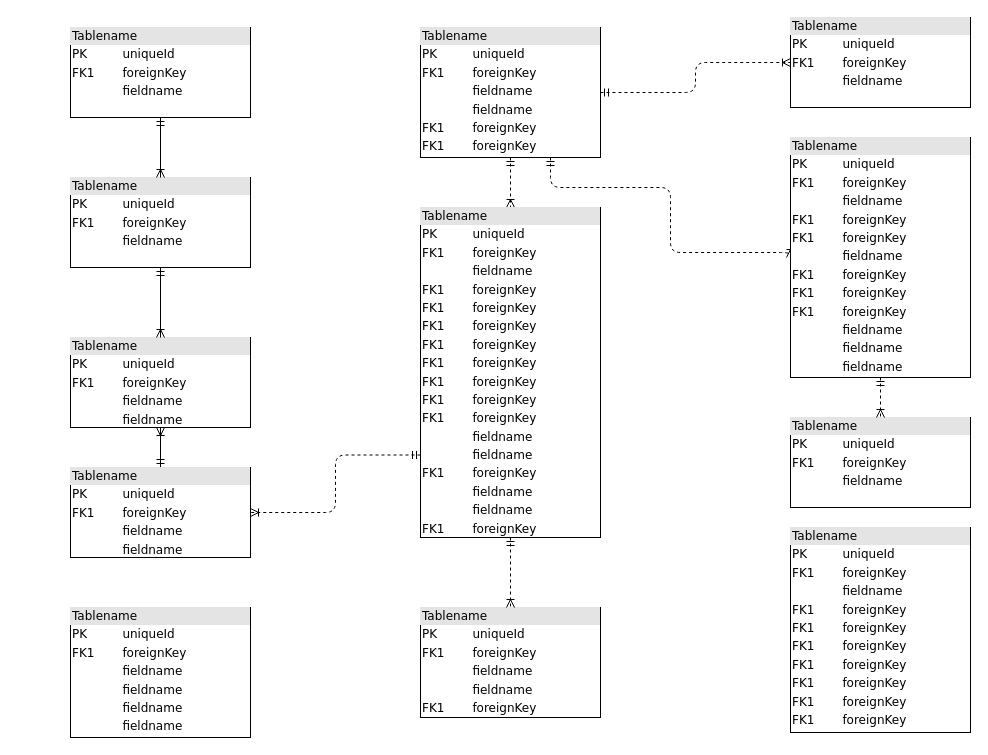
Above: Diagrams/Biểu đồ không có tiêu đề.drawio in huukhanh0653/AdvancedDatabase (draw.io), before the change. Source tidied: cells renumbered, new cells numbered last; positions are measured from the earlier drawing's top-left corner, leaving out a move shared by most shapes. Both pictures are drawn from the tidied source at 100%, with x=0, y=0 at pixel (70, 17).
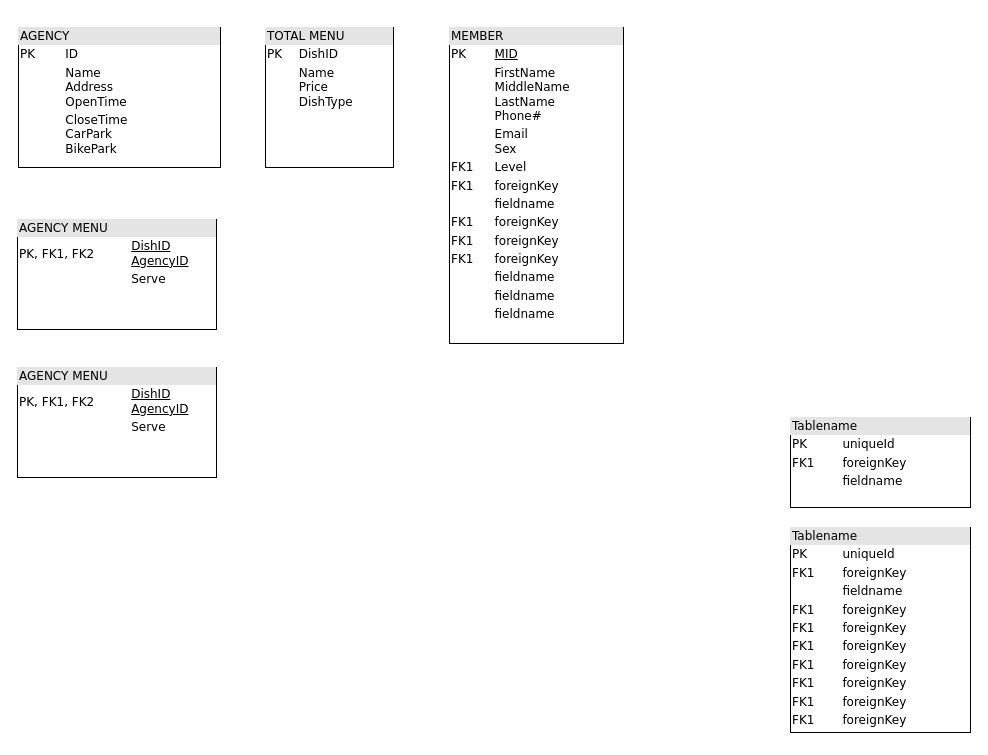
Above is the later version.

Unchanged cells that the change refers to:
```xml
<mxCell id="17" value="&lt;div style=&quot;box-sizing:border-box;width:100%;background:#e4e4e4;padding:2px;&quot;&gt;Tablename&lt;/div&gt;&lt;table style=&quot;width:100%;font-size:1em;&quot; cellpadding=&quot;2&quot; cellspacing=&quot;0&quot;&gt;&lt;tr&gt;&lt;td&gt;PK&lt;/td&gt;&lt;td&gt;uniqueId&lt;/td&gt;&lt;/tr&gt;&lt;tr&gt;&lt;td&gt;FK1&lt;/td&gt;&lt;td&gt;foreignKey&lt;/td&gt;&lt;/tr&gt;&lt;tr&gt;&lt;td&gt;&lt;/td&gt;&lt;td&gt;fieldname&lt;/td&gt;&lt;/tr&gt;&lt;/table&gt;" style="verticalAlign=top;align=left;overflow=fill;html=1;rounded=0;shadow=0;comic=0;labelBackgroundColor=none;strokeWidth=1;fontFamily=Verdana;fontSize=12;" parent="1" vertex="1">
  <mxGeometry x="720" y="400" width="180" height="90" as="geometry" />
</mxCell>
```

What changed in the source:
```diff
@@
-    <mxCell id="2" value="&lt;div style=&quot;box-sizing:border-box;width:100%;background:#e4e4e4;padding:2px;&quot;&gt;Tablename&lt;/div&gt;&lt;table style=&quot;width:100%;font-size:1em;&quot; cellpadding=&quot;2&quot; cellspacing=&quot;0&quot;&gt;&lt;tr&gt;&lt;td&gt;PK&lt;/td&gt;&lt;td&gt;uniqueId&lt;/td&gt;&lt;/tr&gt;&lt;tr&gt;&lt;td&gt;FK1&lt;/td&gt;&lt;td&gt;foreignKey&lt;/td&gt;&lt;/tr&gt;&lt;tr&gt;&lt;td&gt;&lt;/td&gt;&lt;td&gt;fieldname&lt;/td&gt;&lt;/tr&gt;&lt;/table&gt;" style="verticalAlign=top;align=left;overflow=fill;html=1;rounded=0;shadow=0;comic=0;labelBackgroundColor=none;strokeWidth=1;fontFamily=Verdana;fontSize=12;" parent="1" vertex="1">
-      <mxGeometry y="10" width="180" height="90" as="geometry" />
+    <mxCell id="2" value="&lt;div style=&quot;box-sizing:border-box;width:100%;background:#e4e4e4;padding:2px;&quot;&gt;AGENCY&lt;/div&gt;&lt;table style=&quot;width:100%;font-size:1em;&quot; cellpadding=&quot;2&quot; cellspacing=&quot;0&quot;&gt;&lt;tbody&gt;&lt;tr&gt;&lt;td&gt;PK&lt;/td&gt;&lt;td&gt;ID&lt;/td&gt;&lt;/tr&gt;&lt;tr&gt;&lt;td&gt;&lt;br&gt;&lt;/td&gt;&lt;td&gt;Name&lt;br&gt;Address&lt;br&gt;OpenTime&lt;/td&gt;&lt;/tr&gt;&lt;tr&gt;&lt;td&gt;&lt;/td&gt;&lt;td&gt;CloseTime&lt;br&gt;CarPark&lt;br&gt;BikePark&lt;/td&gt;&lt;/tr&gt;&lt;/tbody&gt;&lt;/table&gt;" style="verticalAlign=top;align=left;overflow=fill;html=1;rounded=0;shadow=0;comic=0;labelBackgroundColor=none;strokeWidth=1;fontFamily=Verdana;fontSize=12;" parent="1" vertex="1">
+      <mxGeometry x="-52" y="10" width="202" height="140" as="geometry" />
     </mxCell>
-    <mxCell id="3" style="edgeStyle=orthogonalEdgeStyle;html=1;entryX=0.5;entryY=0;dashed=1;labelBackgroundColor=none;startArrow=ERmandOne;endArrow=ERoneToMany;fontFamily=Verdana;fontSize=12;align=left;" parent="1" edge="1" source="6" target="16">
-      <mxGeometry relative="1" as="geometry" />
-    </mxCell>
-    <mxCell id="4" style="edgeStyle=orthogonalEdgeStyle;html=1;dashed=1;labelBackgroundColor=none;startArrow=ERmandOne;endArrow=ERoneToMany;fontFamily=Verdana;fontSize=12;align=left;entryX=0;entryY=0.5;" parent="1" edge="1" source="6" target="19">
-      <mxGeometry relative="1" as="geometry">
-        <Array as="points">
-          <mxPoint x="480" y="170" />
-          <mxPoint x="600" y="170" />
-          <mxPoint x="600" y="235" />
-        </Array>
-      </mxGeometry>
-    </mxCell>
-    <mxCell id="5" style="edgeStyle=orthogonalEdgeStyle;html=1;dashed=1;labelBackgroundColor=none;startArrow=ERmandOne;endArrow=ERoneToMany;fontFamily=Verdana;fontSize=12;align=left;" parent="1" edge="1" source="6" target="20">
-      <mxGeometry relative="1" as="geometry" />
-    </mxCell>
-    <mxCell id="6" value="&lt;div style=&quot;box-sizing: border-box ; width: 100% ; background: #e4e4e4 ; padding: 2px&quot;&gt;Tablename&lt;/div&gt;&lt;table style=&quot;width: 100% ; font-size: 1em&quot; cellpadding=&quot;2&quot; cellspacing=&quot;0&quot;&gt;&lt;tbody&gt;&lt;tr&gt;&lt;td&gt;PK&lt;/td&gt;&lt;td&gt;uniqueId&lt;/td&gt;&lt;/tr&gt;&lt;tr&gt;&lt;td&gt;FK1&lt;/td&gt;&lt;td&gt;foreignKey&lt;/td&gt;&lt;/tr&gt;&lt;tr&gt;&lt;td&gt;&lt;/td&gt;&lt;td&gt;fieldname&lt;/td&gt;&lt;/tr&gt;&lt;tr&gt;&lt;td&gt;&lt;br&gt;&lt;/td&gt;&lt;td&gt;fieldname&lt;br&gt;&lt;/td&gt;&lt;/tr&gt;&lt;tr&gt;&lt;td&gt;FK1&lt;br&gt;&lt;/td&gt;&lt;td&gt;foreignKey&lt;br&gt;&lt;/td&gt;&lt;/tr&gt;&lt;tr&gt;&lt;td&gt;FK1&lt;br&gt;&lt;/td&gt;&lt;td&gt;foreignKey&lt;br&gt;&lt;/td&gt;&lt;/tr&gt;&lt;/tbody&gt;&lt;/table&gt;" style="verticalAlign=top;align=left;overflow=fill;html=1;rounded=0;shadow=0;comic=0;labelBackgroundColor=none;strokeWidth=1;fontFamily=Verdana;fontSize=12;" parent="1" vertex="1">
-      <mxGeometry x="350" y="10" width="180" height="130" as="geometry" />
-    </mxCell>
-    <mxCell id="7" style="edgeStyle=orthogonalEdgeStyle;html=1;labelBackgroundColor=none;startArrow=ERmandOne;endArrow=ERoneToMany;fontFamily=Verdana;fontSize=12;align=left;" parent="1" edge="1" source="9" target="10">
-      <mxGeometry relative="1" as="geometry" />
-    </mxCell>
-    <mxCell id="8" style="edgeStyle=orthogonalEdgeStyle;html=1;exitX=0;exitY=0.75;entryX=1;entryY=0.5;dashed=1;labelBackgroundColor=none;startArrow=ERmandOne;endArrow=ERoneToMany;fontFamily=Verdana;fontSize=12;align=left;" parent="1" edge="1" source="16" target="9">
-      <mxGeometry relative="1" as="geometry" />
-    </mxCell>
-    <mxCell id="9" value="&lt;div style=&quot;box-sizing: border-box ; width: 100% ; background: #e4e4e4 ; padding: 2px&quot;&gt;Tablename&lt;/div&gt;&lt;table style=&quot;width: 100% ; font-size: 1em&quot; cellpadding=&quot;2&quot; cellspacing=&quot;0&quot;&gt;&lt;tbody&gt;&lt;tr&gt;&lt;td&gt;PK&lt;/td&gt;&lt;td&gt;uniqueId&lt;/td&gt;&lt;/tr&gt;&lt;tr&gt;&lt;td&gt;FK1&lt;/td&gt;&lt;td&gt;foreignKey&lt;/td&gt;&lt;/tr&gt;&lt;tr&gt;&lt;td&gt;&lt;/td&gt;&lt;td&gt;fieldname&lt;/td&gt;&lt;/tr&gt;&lt;tr&gt;&lt;td&gt;&lt;br&gt;&lt;/td&gt;&lt;td&gt;fieldname&lt;br&gt;&lt;/td&gt;&lt;/tr&gt;&lt;/tbody&gt;&lt;/table&gt;" style="verticalAlign=top;align=left;overflow=fill;html=1;rounded=0;shadow=0;comic=0;labelBackgroundColor=none;strokeWidth=1;fontFamily=Verdana;fontSize=12;" parent="1" vertex="1">
-      <mxGeometry y="450" width="180" height="90" as="geometry" />
-    </mxCell>
-    <mxCell id="10" value="&lt;div style=&quot;box-sizing: border-box ; width: 100% ; background: #e4e4e4 ; padding: 2px&quot;&gt;Tablename&lt;/div&gt;&lt;table style=&quot;width: 100% ; font-size: 1em&quot; cellpadding=&quot;2&quot; cellspacing=&quot;0&quot;&gt;&lt;tbody&gt;&lt;tr&gt;&lt;td&gt;PK&lt;/td&gt;&lt;td&gt;uniqueId&lt;/td&gt;&lt;/tr&gt;&lt;tr&gt;&lt;td&gt;FK1&lt;/td&gt;&lt;td&gt;foreignKey&lt;/td&gt;&lt;/tr&gt;&lt;tr&gt;&lt;td&gt;&lt;/td&gt;&lt;td&gt;fieldname&lt;/td&gt;&lt;/tr&gt;&lt;tr&gt;&lt;td&gt;&lt;br&gt;&lt;/td&gt;&lt;td&gt;fieldname&lt;br&gt;&lt;/td&gt;&lt;/tr&gt;&lt;/tbody&gt;&lt;/table&gt;" style="verticalAlign=top;align=left;overflow=fill;html=1;rounded=0;shadow=0;comic=0;labelBackgroundColor=none;strokeWidth=1;fontFamily=Verdana;fontSize=12;" parent="1" vertex="1">
-      <mxGeometry y="320" width="180" height="90" as="geometry" />
-    </mxCell>
-    <mxCell id="11" style="edgeStyle=orthogonalEdgeStyle;html=1;entryX=0.5;entryY=0;labelBackgroundColor=none;startArrow=ERmandOne;endArrow=ERoneToMany;fontFamily=Verdana;fontSize=12;align=left;" parent="1" edge="1" source="12" target="10">
-      <mxGeometry relative="1" as="geometry" />
-    </mxCell>
-    <mxCell id="12" value="&lt;div style=&quot;box-sizing:border-box;width:100%;background:#e4e4e4;padding:2px;&quot;&gt;Tablename&lt;/div&gt;&lt;table style=&quot;width:100%;font-size:1em;&quot; cellpadding=&quot;2&quot; cellspacing=&quot;0&quot;&gt;&lt;tr&gt;&lt;td&gt;PK&lt;/td&gt;&lt;td&gt;uniqueId&lt;/td&gt;&lt;/tr&gt;&lt;tr&gt;&lt;td&gt;FK1&lt;/td&gt;&lt;td&gt;foreignKey&lt;/td&gt;&lt;/tr&gt;&lt;tr&gt;&lt;td&gt;&lt;/td&gt;&lt;td&gt;fieldname&lt;/td&gt;&lt;/tr&gt;&lt;/table&gt;" style="verticalAlign=top;align=left;overflow=fill;html=1;rounded=0;shadow=0;comic=0;labelBackgroundColor=none;strokeWidth=1;fontFamily=Verdana;fontSize=12;" parent="1" vertex="1">
-      <mxGeometry y="160" width="180" height="90" as="geometry" />
-    </mxCell>
@@
-    <mxCell id="14" value="&lt;div style=&quot;box-sizing: border-box ; width: 100% ; background: #e4e4e4 ; padding: 2px&quot;&gt;Tablename&lt;/div&gt;&lt;table style=&quot;width: 100% ; font-size: 1em&quot; cellpadding=&quot;2&quot; cellspacing=&quot;0&quot;&gt;&lt;tbody&gt;&lt;tr&gt;&lt;td&gt;PK&lt;/td&gt;&lt;td&gt;uniqueId&lt;/td&gt;&lt;/tr&gt;&lt;tr&gt;&lt;td&gt;FK1&lt;/td&gt;&lt;td&gt;foreignKey&lt;/td&gt;&lt;/tr&gt;&lt;tr&gt;&lt;td&gt;&lt;/td&gt;&lt;td&gt;fieldname&lt;/td&gt;&lt;/tr&gt;&lt;tr&gt;&lt;td&gt;&lt;br&gt;&lt;/td&gt;&lt;td&gt;fieldname&lt;br&gt;&lt;/td&gt;&lt;/tr&gt;&lt;tr&gt;&lt;td&gt;FK1&lt;br&gt;&lt;/td&gt;&lt;td&gt;foreignKey&lt;br&gt;&lt;/td&gt;&lt;/tr&gt;&lt;/tbody&gt;&lt;/table&gt;" style="verticalAlign=top;align=left;overflow=fill;html=1;rounded=0;shadow=0;comic=0;labelBackgroundColor=none;strokeWidth=1;fontFamily=Verdana;fontSize=12;" parent="1" vertex="1">
-      <mxGeometry x="350" y="590" width="180" height="110" as="geometry" />
-    </mxCell>
-    <mxCell id="15" style="edgeStyle=orthogonalEdgeStyle;html=1;entryX=0.5;entryY=0;labelBackgroundColor=none;startArrow=ERmandOne;endArrow=ERoneToMany;fontFamily=Verdana;fontSize=12;align=left;dashed=1;" parent="1" edge="1" source="16" target="14">
-      <mxGeometry relative="1" as="geometry" />
-    </mxCell>
-    <mxCell id="16" value="&lt;div style=&quot;box-sizing: border-box ; width: 100% ; background: #e4e4e4 ; padding: 2px&quot;&gt;Tablename&lt;/div&gt;&lt;table style=&quot;width: 100% ; font-size: 1em&quot; cellpadding=&quot;2&quot; cellspacing=&quot;0&quot;&gt;&lt;tbody&gt;&lt;tr&gt;&lt;td&gt;PK&lt;/td&gt;&lt;td&gt;uniqueId&lt;/td&gt;&lt;/tr&gt;&lt;tr&gt;&lt;td&gt;FK1&lt;/td&gt;&lt;td&gt;foreignKey&lt;/td&gt;&lt;/tr&gt;&lt;tr&gt;&lt;td&gt;&lt;/td&gt;&lt;td&gt;fieldname&lt;/td&gt;&lt;/tr&gt;&lt;tr&gt;&lt;td&gt;FK1&lt;br&gt;&lt;/td&gt;&lt;td&gt;foreignKey&lt;br&gt;&lt;/td&gt;&lt;/tr&gt;&lt;tr&gt;&lt;td&gt;FK1&lt;br&gt;&lt;/td&gt;&lt;td&gt;foreignKey&lt;br&gt;&lt;/td&gt;&lt;/tr&gt;&lt;tr&gt;&lt;td&gt;FK1&lt;br&gt;&lt;/td&gt;&lt;td&gt;foreignKey&lt;br&gt;&lt;/td&gt;&lt;/tr&gt;&lt;tr&gt;&lt;td&gt;FK1&lt;br&gt;&lt;/td&gt;&lt;td&gt;foreignKey&lt;br&gt;&lt;/td&gt;&lt;/tr&gt;&lt;tr&gt;&lt;td&gt;FK1&lt;br&gt;&lt;/td&gt;&lt;td&gt;foreignKey&lt;br&gt;&lt;/td&gt;&lt;/tr&gt;&lt;tr&gt;&lt;td&gt;FK1&lt;br&gt;&lt;/td&gt;&lt;td&gt;foreignKey&lt;br&gt;&lt;/td&gt;&lt;/tr&gt;&lt;tr&gt;&lt;td&gt;FK1&lt;br&gt;&lt;/td&gt;&lt;td&gt;foreignKey&lt;br&gt;&lt;/td&gt;&lt;/tr&gt;&lt;tr&gt;&lt;td&gt;FK1&lt;br&gt;&lt;/td&gt;&lt;td&gt;foreignKey&lt;br&gt;&lt;/td&gt;&lt;/tr&gt;&lt;tr&gt;&lt;td&gt;&lt;br&gt;&lt;/td&gt;&lt;td&gt;fieldname&lt;br&gt;&lt;/td&gt;&lt;/tr&gt;&lt;tr&gt;&lt;td&gt;&lt;br&gt;&lt;/td&gt;&lt;td&gt;fieldname&lt;br&gt;&lt;/td&gt;&lt;/tr&gt;&lt;tr&gt;&lt;td&gt;FK1&lt;br&gt;&lt;/td&gt;&lt;td&gt;foreignKey&lt;br&gt;&lt;/td&gt;&lt;/tr&gt;&lt;tr&gt;&lt;td&gt;&lt;br&gt;&lt;/td&gt;&lt;td&gt;fieldname&lt;br&gt;&lt;/td&gt;&lt;/tr&gt;&lt;tr&gt;&lt;td&gt;&lt;br&gt;&lt;/td&gt;&lt;td&gt;fieldname&lt;br&gt;&lt;/td&gt;&lt;/tr&gt;&lt;tr&gt;&lt;td&gt;FK1&lt;br&gt;&lt;/td&gt;&lt;td&gt;foreignKey&lt;br&gt;&lt;/td&gt;&lt;/tr&gt;&lt;/tbody&gt;&lt;/table&gt;" style="verticalAlign=top;align=left;overflow=fill;html=1;rounded=0;shadow=0;comic=0;labelBackgroundColor=none;strokeWidth=1;fontFamily=Verdana;fontSize=12;" parent="1" vertex="1">
-      <mxGeometry x="350" y="190" width="180" height="330" as="geometry" />
-    </mxCell>
@@
-    <mxCell id="18" style="edgeStyle=orthogonalEdgeStyle;html=1;entryX=0.5;entryY=0;dashed=1;labelBackgroundColor=none;startArrow=ERmandOne;endArrow=ERoneToMany;fontFamily=Verdana;fontSize=12;align=left;" parent="1" edge="1" source="19" target="17">
-      <mxGeometry relative="1" as="geometry" />
-    </mxCell>
-    <mxCell id="19" value="&lt;div style=&quot;box-sizing: border-box ; width: 100% ; background: #e4e4e4 ; padding: 2px&quot;&gt;Tablename&lt;/div&gt;&lt;table style=&quot;width: 100% ; font-size: 1em&quot; cellpadding=&quot;2&quot; cellspacing=&quot;0&quot;&gt;&lt;tbody&gt;&lt;tr&gt;&lt;td&gt;PK&lt;/td&gt;&lt;td&gt;uniqueId&lt;/td&gt;&lt;/tr&gt;&lt;tr&gt;&lt;td&gt;FK1&lt;/td&gt;&lt;td&gt;foreignKey&lt;/td&gt;&lt;/tr&gt;&lt;tr&gt;&lt;td&gt;&lt;/td&gt;&lt;td&gt;fieldname&lt;/td&gt;&lt;/tr&gt;&lt;tr&gt;&lt;td&gt;FK1&lt;br&gt;&lt;/td&gt;&lt;td&gt;foreignKey&lt;br&gt;&lt;/td&gt;&lt;/tr&gt;&lt;tr&gt;&lt;td&gt;FK1&lt;br&gt;&lt;/td&gt;&lt;td&gt;foreignKey&lt;br&gt;&lt;/td&gt;&lt;/tr&gt;&lt;tr&gt;&lt;td&gt;&lt;br&gt;&lt;/td&gt;&lt;td&gt;fieldname&lt;br&gt;&lt;/td&gt;&lt;/tr&gt;&lt;tr&gt;&lt;td&gt;FK1&lt;br&gt;&lt;/td&gt;&lt;td&gt;foreignKey&lt;br&gt;&lt;/td&gt;&lt;/tr&gt;&lt;tr&gt;&lt;td&gt;FK1&lt;br&gt;&lt;/td&gt;&lt;td&gt;foreignKey&lt;br&gt;&lt;/td&gt;&lt;/tr&gt;&lt;tr&gt;&lt;td&gt;FK1&lt;br&gt;&lt;/td&gt;&lt;td&gt;foreignKey&lt;br&gt;&lt;/td&gt;&lt;/tr&gt;&lt;tr&gt;&lt;td&gt;&lt;br&gt;&lt;/td&gt;&lt;td&gt;fieldname&lt;br&gt;&lt;/td&gt;&lt;/tr&gt;&lt;tr&gt;&lt;td&gt;&lt;br&gt;&lt;/td&gt;&lt;td&gt;fieldname&lt;br&gt;&lt;/td&gt;&lt;/tr&gt;&lt;tr&gt;&lt;td&gt;&lt;br&gt;&lt;/td&gt;&lt;td&gt;fieldname&lt;br&gt;&lt;/td&gt;&lt;/tr&gt;&lt;/tbody&gt;&lt;/table&gt;" style="verticalAlign=top;align=left;overflow=fill;html=1;rounded=0;shadow=0;comic=0;labelBackgroundColor=none;strokeWidth=1;fontFamily=Verdana;fontSize=12;" parent="1" vertex="1">
-      <mxGeometry x="720" y="120" width="180" height="240" as="geometry" />
+    <mxCell id="19" value="&lt;div style=&quot;box-sizing: border-box ; width: 100% ; background: #e4e4e4 ; padding: 2px&quot;&gt;MEMBER&lt;/div&gt;&lt;table style=&quot;width: 100% ; font-size: 1em&quot; cellpadding=&quot;2&quot; cellspacing=&quot;0&quot;&gt;&lt;tbody&gt;&lt;tr&gt;&lt;td&gt;PK&lt;/td&gt;&lt;td&gt;&lt;u&gt;MID&lt;/u&gt;&lt;u&gt;&lt;br&gt;&lt;/u&gt;&lt;/td&gt;&lt;/tr&gt;&lt;tr&gt;&lt;td&gt;&lt;br&gt;&lt;/td&gt;&lt;td&gt;FirstName&lt;br&gt;MiddleName&lt;br&gt;LastName&lt;br&gt;Phone#&lt;/td&gt;&lt;/tr&gt;&lt;tr&gt;&lt;td&gt;&lt;br&gt;&lt;/td&gt;&lt;td&gt;Email&lt;br&gt;Sex&lt;br&gt;&lt;/td&gt;&lt;/tr&gt;&lt;tr&gt;&lt;td&gt;FK1&lt;br&gt;&lt;/td&gt;&lt;td&gt;Level&lt;br&gt;&lt;/td&gt;&lt;/tr&gt;&lt;tr&gt;&lt;td&gt;FK1&lt;br&gt;&lt;/td&gt;&lt;td&gt;foreignKey&lt;br&gt;&lt;/td&gt;&lt;/tr&gt;&lt;tr&gt;&lt;td&gt;&lt;br&gt;&lt;/td&gt;&lt;td&gt;fieldname&lt;br&gt;&lt;/td&gt;&lt;/tr&gt;&lt;tr&gt;&lt;td&gt;FK1&lt;br&gt;&lt;/td&gt;&lt;td&gt;foreignKey&lt;br&gt;&lt;/td&gt;&lt;/tr&gt;&lt;tr&gt;&lt;td&gt;FK1&lt;br&gt;&lt;/td&gt;&lt;td&gt;foreignKey&lt;br&gt;&lt;/td&gt;&lt;/tr&gt;&lt;tr&gt;&lt;td&gt;FK1&lt;br&gt;&lt;/td&gt;&lt;td&gt;foreignKey&lt;br&gt;&lt;/td&gt;&lt;/tr&gt;&lt;tr&gt;&lt;td&gt;&lt;br&gt;&lt;/td&gt;&lt;td&gt;fieldname&lt;br&gt;&lt;/td&gt;&lt;/tr&gt;&lt;tr&gt;&lt;td&gt;&lt;br&gt;&lt;/td&gt;&lt;td&gt;fieldname&lt;br&gt;&lt;/td&gt;&lt;/tr&gt;&lt;tr&gt;&lt;td&gt;&lt;br&gt;&lt;/td&gt;&lt;td&gt;fieldname&lt;br&gt;&lt;/td&gt;&lt;/tr&gt;&lt;/tbody&gt;&lt;/table&gt;" style="verticalAlign=top;align=left;overflow=fill;html=1;rounded=0;shadow=0;comic=0;labelBackgroundColor=none;strokeWidth=1;fontFamily=Verdana;fontSize=12;" parent="1" vertex="1">
+      <mxGeometry x="379" y="10" width="174" height="316" as="geometry" />
     </mxCell>
-    <mxCell id="20" value="&lt;div style=&quot;box-sizing:border-box;width:100%;background:#e4e4e4;padding:2px;&quot;&gt;Tablename&lt;/div&gt;&lt;table style=&quot;width:100%;font-size:1em;&quot; cellpadding=&quot;2&quot; cellspacing=&quot;0&quot;&gt;&lt;tr&gt;&lt;td&gt;PK&lt;/td&gt;&lt;td&gt;uniqueId&lt;/td&gt;&lt;/tr&gt;&lt;tr&gt;&lt;td&gt;FK1&lt;/td&gt;&lt;td&gt;foreignKey&lt;/td&gt;&lt;/tr&gt;&lt;tr&gt;&lt;td&gt;&lt;/td&gt;&lt;td&gt;fieldname&lt;/td&gt;&lt;/tr&gt;&lt;/table&gt;" style="verticalAlign=top;align=left;overflow=fill;html=1;rounded=0;shadow=0;comic=0;labelBackgroundColor=none;strokeWidth=1;fontFamily=Verdana;fontSize=12;" parent="1" vertex="1">
-      <mxGeometry x="720" width="180" height="90" as="geometry" />
-    </mxCell>
-    <mxCell id="21" value="&lt;div style=&quot;box-sizing: border-box ; width: 100% ; background: #e4e4e4 ; padding: 2px&quot;&gt;Tablename&lt;/div&gt;&lt;table style=&quot;width: 100% ; font-size: 1em&quot; cellpadding=&quot;2&quot; cellspacing=&quot;0&quot;&gt;&lt;tbody&gt;&lt;tr&gt;&lt;td&gt;PK&lt;/td&gt;&lt;td&gt;uniqueId&lt;/td&gt;&lt;/tr&gt;&lt;tr&gt;&lt;td&gt;FK1&lt;/td&gt;&lt;td&gt;foreignKey&lt;/td&gt;&lt;/tr&gt;&lt;tr&gt;&lt;td&gt;&lt;/td&gt;&lt;td&gt;fieldname&lt;/td&gt;&lt;/tr&gt;&lt;tr&gt;&lt;td&gt;&lt;br&gt;&lt;/td&gt;&lt;td&gt;fieldname&lt;br&gt;&lt;/td&gt;&lt;/tr&gt;&lt;tr&gt;&lt;td&gt;&lt;br&gt;&lt;/td&gt;&lt;td&gt;fieldname&lt;br&gt;&lt;/td&gt;&lt;/tr&gt;&lt;tr&gt;&lt;td&gt;&lt;br&gt;&lt;/td&gt;&lt;td&gt;fieldname&lt;br&gt;&lt;/td&gt;&lt;/tr&gt;&lt;/tbody&gt;&lt;/table&gt;" style="verticalAlign=top;align=left;overflow=fill;html=1;rounded=0;shadow=0;comic=0;labelBackgroundColor=none;strokeWidth=1;fontFamily=Verdana;fontSize=12;" parent="1" vertex="1">
-      <mxGeometry y="590" width="180" height="130" as="geometry" />
-    </mxCell>
-    <mxCell id="22" style="edgeStyle=orthogonalEdgeStyle;html=1;endArrow=ERoneToMany;startArrow=ERmandOne;labelBackgroundColor=none;fontFamily=Verdana;fontSize=12;align=left;exitX=0.5;exitY=1;entryX=0.5;entryY=0;" parent="1" edge="1" source="2" target="12">
-      <mxGeometry relative="1" as="geometry" />
-    </mxCell>
+    <mxCell id="23" value="&lt;div style=&quot;box-sizing:border-box;width:100%;background:#e4e4e4;padding:2px;&quot;&gt;TOTAL MENU&lt;/div&gt;&lt;table style=&quot;width:100%;font-size:1em;&quot; cellpadding=&quot;2&quot; cellspacing=&quot;0&quot;&gt;&lt;tbody&gt;&lt;tr&gt;&lt;td&gt;PK&lt;/td&gt;&lt;td&gt;DishID&lt;/td&gt;&lt;/tr&gt;&lt;tr&gt;&lt;td&gt;&lt;br&gt;&lt;/td&gt;&lt;td&gt;Name&lt;br&gt;Price&lt;br&gt;DishType&lt;/td&gt;&lt;/tr&gt;&lt;tr&gt;&lt;td&gt;&lt;/td&gt;&lt;td&gt;&lt;br&gt;&lt;br&gt;&lt;br&gt;&lt;/td&gt;&lt;/tr&gt;&lt;/tbody&gt;&lt;/table&gt;" style="verticalAlign=top;align=left;overflow=fill;html=1;rounded=0;shadow=0;comic=0;labelBackgroundColor=none;strokeWidth=1;fontFamily=Verdana;fontSize=12;" parent="1" vertex="1">
+      <mxGeometry x="195" y="10" width="128" height="140" as="geometry" />
+    </mxCell>
+    <mxCell id="24" value="&lt;div style=&quot;box-sizing: border-box ; width: 100% ; background: #e4e4e4 ; padding: 2px&quot;&gt;AGENCY MENU&lt;/div&gt;&lt;table style=&quot;width: 100% ; font-size: 1em&quot; cellpadding=&quot;2&quot; cellspacing=&quot;0&quot;&gt;&lt;tbody&gt;&lt;tr&gt;&lt;td&gt;PK, FK1, FK2&lt;/td&gt;&lt;td&gt;&lt;u&gt;DishID&lt;br&gt;&lt;/u&gt;&lt;u&gt;AgencyID&lt;/u&gt;&lt;u&gt;&lt;br&gt;&lt;/u&gt;&lt;/td&gt;&lt;/tr&gt;&lt;tr&gt;&lt;td&gt;&lt;u&gt;&lt;br&gt;&lt;/u&gt;&lt;/td&gt;&lt;td&gt;Serve&lt;/td&gt;&lt;/tr&gt;&lt;tr&gt;&lt;td&gt;&lt;/td&gt;&lt;td&gt;&lt;br&gt;&lt;/td&gt;&lt;/tr&gt;&lt;/tbody&gt;&lt;/table&gt;" style="verticalAlign=top;align=left;overflow=fill;html=1;rounded=0;shadow=0;comic=0;labelBackgroundColor=none;strokeWidth=1;fontFamily=Verdana;fontSize=12;" parent="1" vertex="1">
+      <mxGeometry x="-53" y="202" width="199" height="110" as="geometry" />
+    </mxCell>
+    <mxCell id="25" value="&lt;div style=&quot;box-sizing: border-box ; width: 100% ; background: #e4e4e4 ; padding: 2px&quot;&gt;AGENCY MENU&lt;/div&gt;&lt;table style=&quot;width: 100% ; font-size: 1em&quot; cellpadding=&quot;2&quot; cellspacing=&quot;0&quot;&gt;&lt;tbody&gt;&lt;tr&gt;&lt;td&gt;PK, FK1, FK2&lt;/td&gt;&lt;td&gt;&lt;u&gt;DishID&lt;br&gt;&lt;/u&gt;&lt;u&gt;AgencyID&lt;/u&gt;&lt;u&gt;&lt;br&gt;&lt;/u&gt;&lt;/td&gt;&lt;/tr&gt;&lt;tr&gt;&lt;td&gt;&lt;u&gt;&lt;br&gt;&lt;/u&gt;&lt;/td&gt;&lt;td&gt;Serve&lt;/td&gt;&lt;/tr&gt;&lt;tr&gt;&lt;td&gt;&lt;/td&gt;&lt;td&gt;&lt;br&gt;&lt;/td&gt;&lt;/tr&gt;&lt;/tbody&gt;&lt;/table&gt;" style="verticalAlign=top;align=left;overflow=fill;html=1;rounded=0;shadow=0;comic=0;labelBackgroundColor=none;strokeWidth=1;fontFamily=Verdana;fontSize=12;" parent="1" vertex="1">
+      <mxGeometry x="-53" y="350" width="199" height="110" as="geometry" />
+    </mxCell>
```
